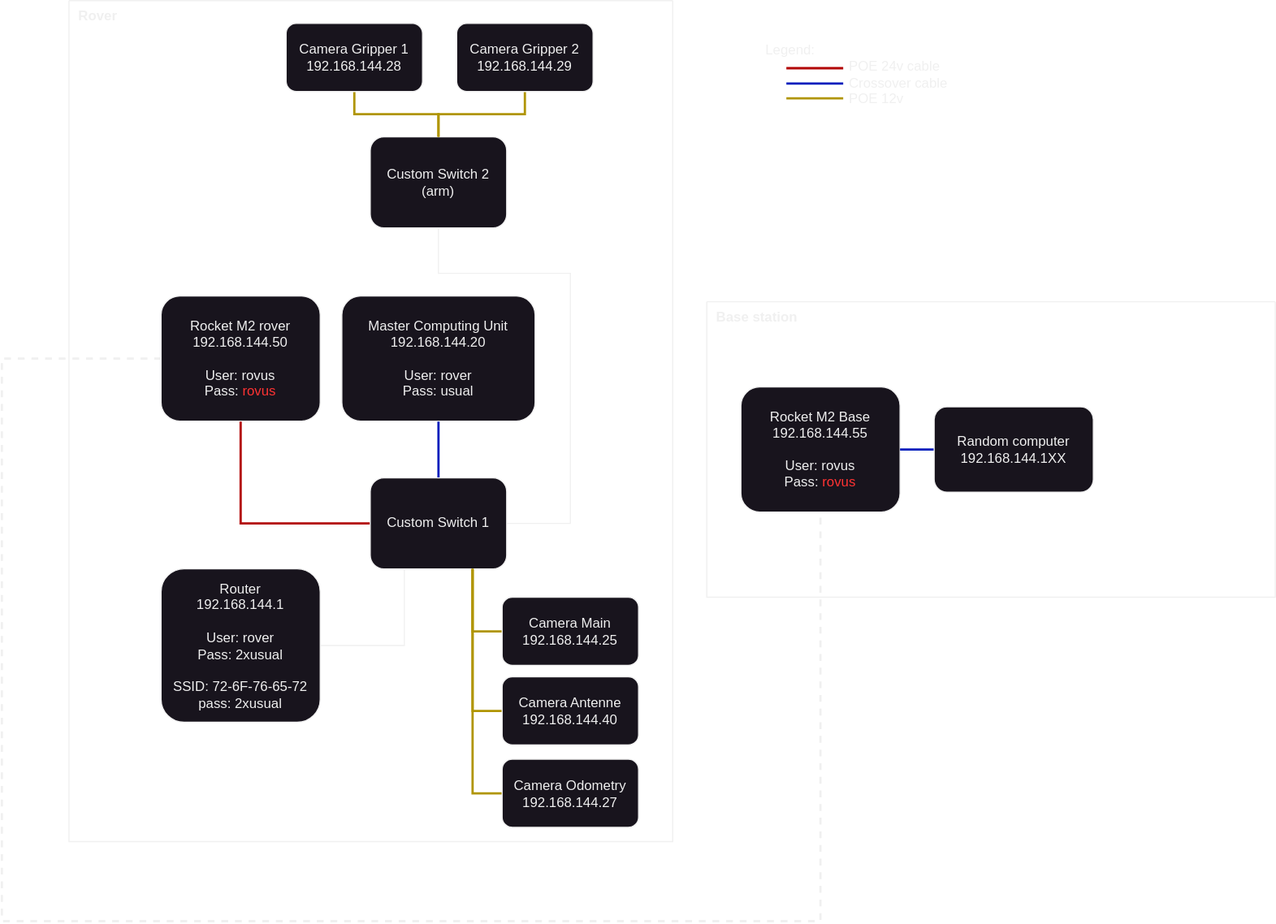
robotique-udes/rover_documentation keeps this draw.io diagram as doc/architecture/lan-network.svg. Above is the earlier version. Source tidied: cells renumbered, new cells last; positions are measured from the earlier drawing's top-left corner, leaving out a move shared by most shapes.
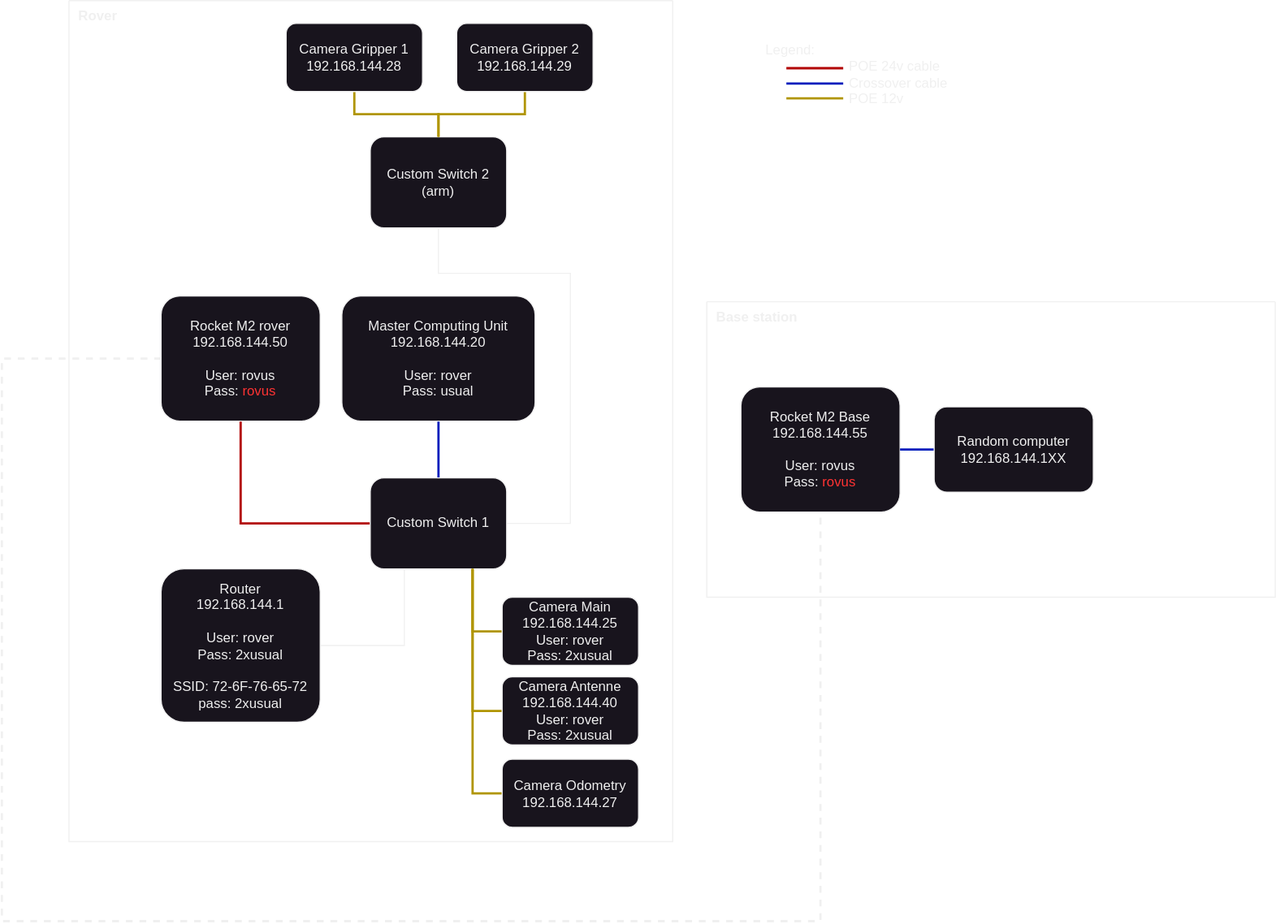
Later version of the same file.

Commit message:
Adding login info for cams

The edit, as a diff of the source:
```diff
@@ -52,10 +52,10 @@
     <mxCell id="12" style="edgeStyle=orthogonalEdgeStyle;rounded=0;jettySize=auto;html=1;exitX=0;exitY=0.5;exitDx=0;exitDy=0;entryX=0.75;entryY=1;entryDx=0;entryDy=0;endArrow=none;endFill=0;strokeWidth=2;fillColor=#e3c800;strokeColor=#B09500;" parent="1" edge="1" source="13" target="7">
       <mxGeometry relative="1" as="geometry" />
     </mxCell>
-    <mxCell id="13" value="Camera Antenne&lt;div&gt;192.168.144.40&lt;/div&gt;" style="rounded=1;whiteSpace=wrap;html=1;" parent="1" vertex="1">
+    <mxCell id="13" value="Camera Antenne&lt;div&gt;192.168.144.40&lt;/div&gt;&lt;div&gt;User: rover&lt;/div&gt;&lt;div&gt;Pass: 2xusual&lt;/div&gt;" style="rounded=1;whiteSpace=wrap;html=1;" parent="1" vertex="1">
       <mxGeometry x="440" y="595" width="120" height="60" as="geometry" />
     </mxCell>
-    <mxCell id="14" value="Camera Main&lt;div&gt;192.168.144.25&lt;/div&gt;" style="rounded=1;whiteSpace=wrap;html=1;" parent="1" vertex="1">
+    <mxCell id="14" value="Camera Main&lt;div&gt;192.168.144.25&lt;/div&gt;&lt;div&gt;User: rover&lt;/div&gt;&lt;div&gt;Pass: 2xusual&lt;/div&gt;" style="rounded=1;whiteSpace=wrap;html=1;" parent="1" vertex="1">
       <mxGeometry x="440" y="525" width="120" height="60" as="geometry" />
     </mxCell>
     <mxCell id="15" style="edgeStyle=orthogonalEdgeStyle;rounded=0;jettySize=auto;html=1;entryX=0.75;entryY=1;entryDx=0;entryDy=0;endArrow=none;endFill=0;strokeWidth=2;fillColor=#e3c800;strokeColor=#B09500;" parent="1" edge="1" source="16" target="7">
```
